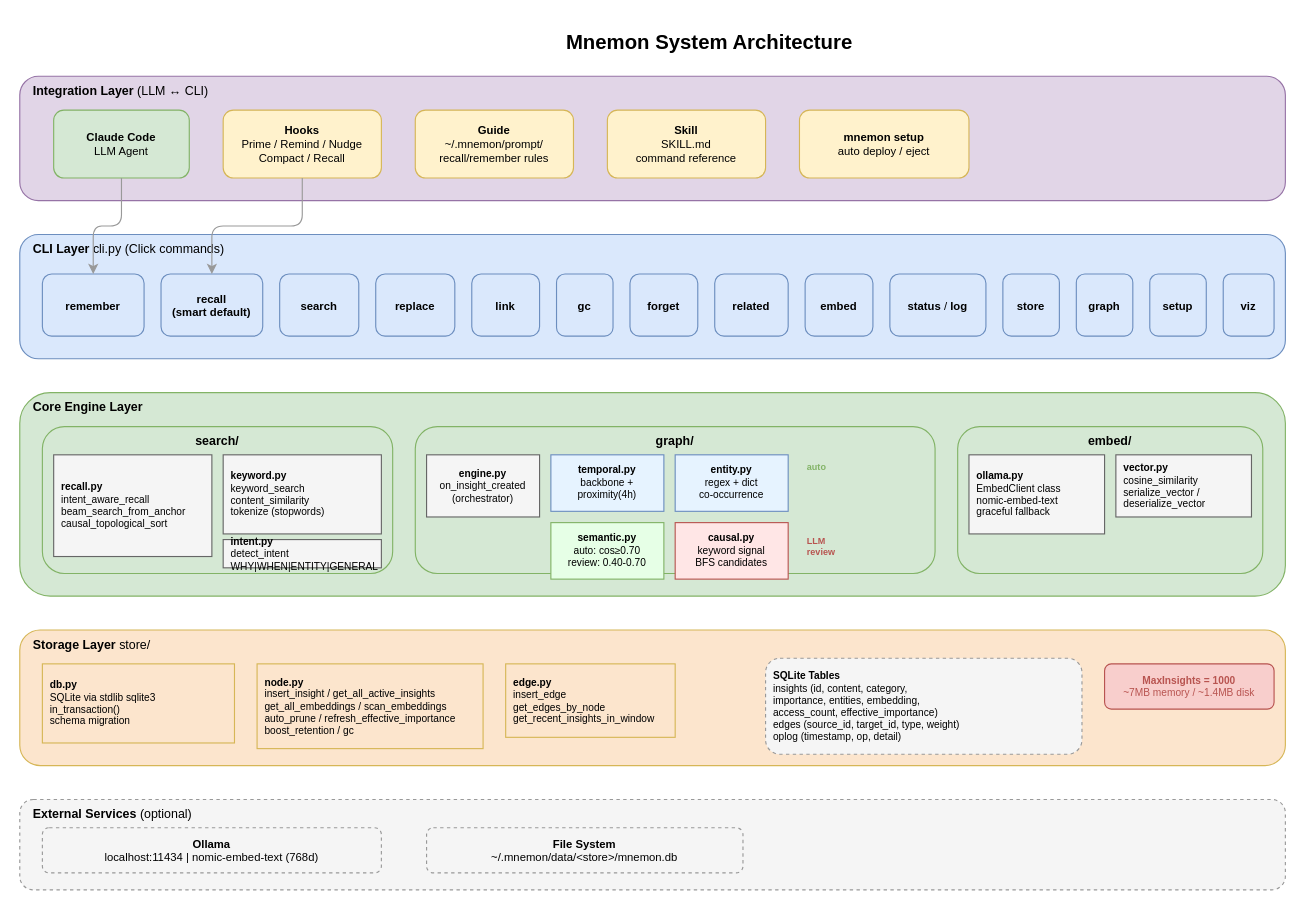
Above: docs/diagrams/01-system-architecture.drawio in bissli/memman (draw.io), before the change. Source tidied: cells renumbered, new cells numbered last; positions are measured from the earlier drawing's top-left corner, leaving out a move shared by most shapes. Both pictures are drawn from the tidied source at 113%, with x=0, y=0 at pixel (19, 19).
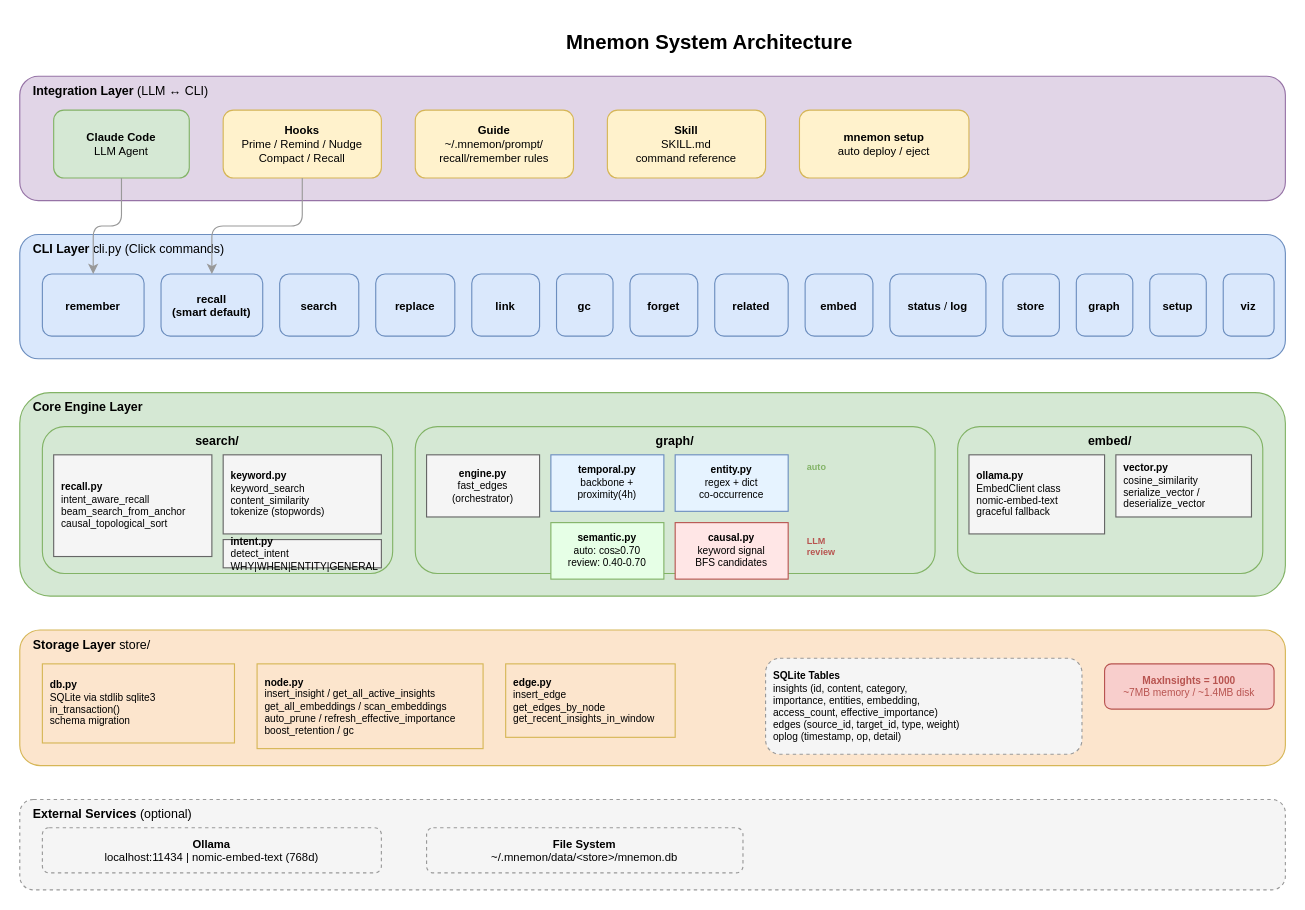
After the change.

What changed in the source:
```diff
@@
-    <mxCell id="30" value="&lt;b&gt;engine.py&lt;/b&gt;&lt;br&gt;on_insight_created&lt;br&gt;(orchestrator)" style="rounded=0;whiteSpace=wrap;html=1;fontSize=9;fillColor=#f5f5f5;strokeColor=#666666;" parent="1" vertex="1">
+    <mxCell id="30" value="&lt;b&gt;engine.py&lt;/b&gt;&lt;br&gt;fast_edges&lt;br&gt;(orchestrator)" style="rounded=0;whiteSpace=wrap;html=1;fontSize=9;fillColor=#f5f5f5;strokeColor=#666666;" parent="1" vertex="1">
       <mxGeometry x="360" y="385" width="100" height="55" as="geometry" />
     </mxCell>
```
